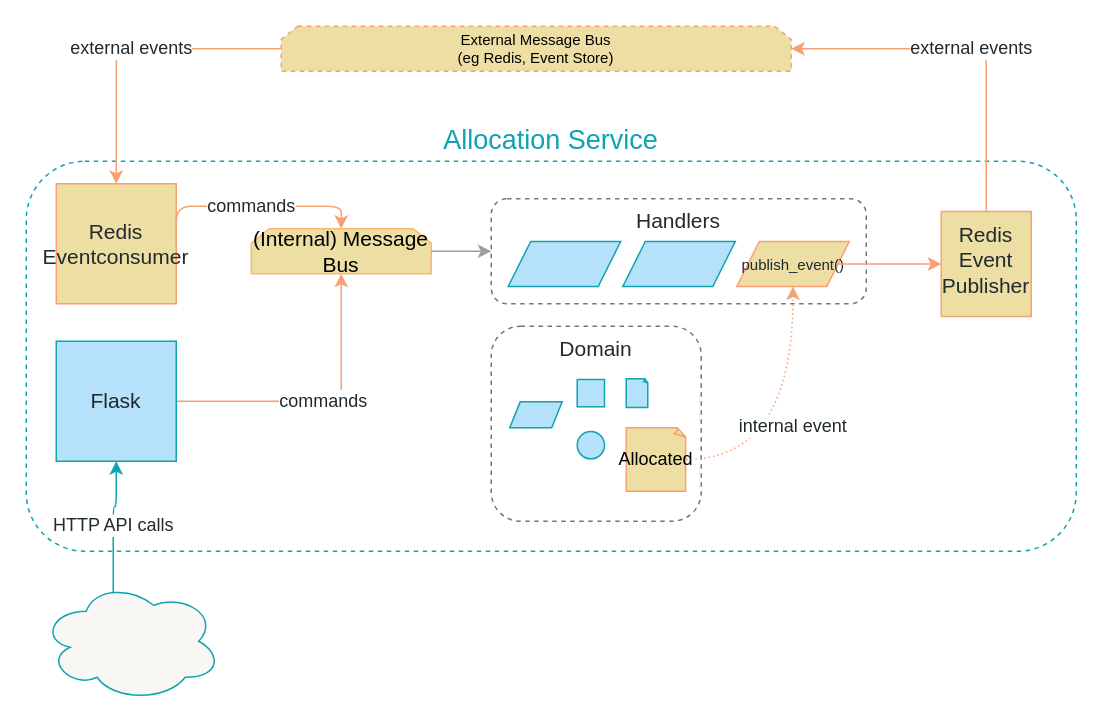
Earlier version of the draw.io diagram page "Chapter 10" (8 of 10) of maps.drawio (cosmicpython/book). Source tidied: cells renumbered, new cells numbered last; positions are measured from the earlier drawing's top-left corner, leaving out a move shared by most shapes. Both pictures are drawn from the tidied source at 150%, with x=0, y=0 at pixel (26, 26).
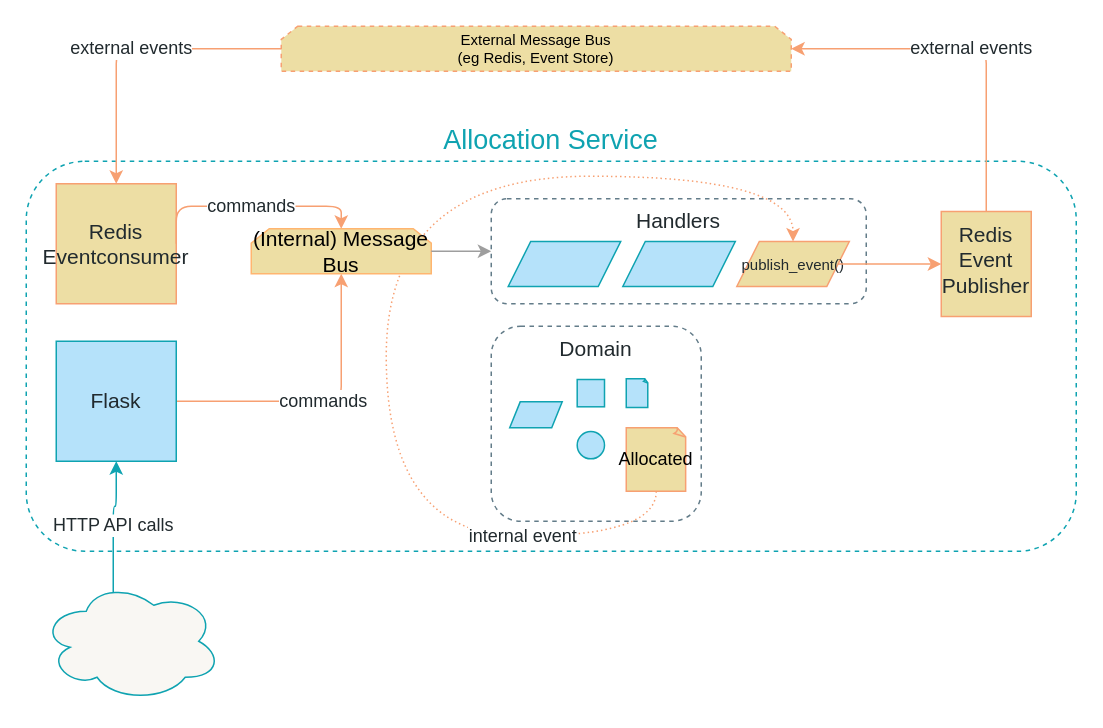
Above is the later version.

Commit message:
tweak arrow in 10

The change refers to these unchanged cells:
```xml
<mxCell id="9" value="publish_event()" style="shape=parallelogram;perimeter=parallelogramPerimeter;whiteSpace=wrap;html=1;fontFamily=Guardian Sans Cond Light;fontSize=10;fontColor=#212A2E;align=center;strokeColor=#F7A072;fillColor=#EDDEA4;" parent="5" vertex="1">
  <mxGeometry x="173.7" y="28.5" width="75" height="30" as="geometry" />
</mxCell>
<mxCell id="16" value="Allocated" style="whiteSpace=wrap;html=1;shape=mxgraph.basic.document;rounded=1;strokeColor=#F7A072;fillColor=#EDDEA4;fontFamily=Guardian Sans Cond Light;fontSize=12;" parent="10" vertex="1">
  <mxGeometry x="90" y="67.6" width="40" height="42.4" as="geometry" />
</mxCell>
```

Diff of the diagram source:
```diff
@@
-    <mxCell id="22" value="&lt;div&gt;internal event&lt;/div&gt;" style="edgeStyle=orthogonalEdgeStyle;jettySize=auto;html=1;strokeColor=#F7A072;fillColor=#B5E2FA;fontFamily=Guardian Sans Cond Light;fontSize=12;fontColor=#212A2E;verticalAlign=middle;entryX=0.5;entryY=1;entryDx=0;entryDy=0;dashed=1;curved=1;dashPattern=1 2;exitX=1;exitY=0.5;exitDx=0;exitDy=0;exitPerimeter=0;" parent="1" edge="1" source="16" target="9">
-      <mxGeometry relative="1" as="geometry">
+    <mxCell id="22" value="&lt;div&gt;internal event&lt;/div&gt;" style="edgeStyle=orthogonalEdgeStyle;jettySize=auto;html=1;strokeColor=#F7A072;fillColor=#B5E2FA;fontFamily=Guardian Sans Cond Light;fontSize=12;fontColor=#212A2E;verticalAlign=middle;entryX=0.5;entryY=0;entryDx=0;entryDy=0;dashed=1;curved=1;dashPattern=1 2;exitX=0.5;exitY=1;exitDx=0;exitDy=0;exitPerimeter=0;" parent="1" edge="1" source="16" target="9">
+      <mxGeometry x="-0.69" relative="1" as="geometry">
         <Array as="points">
-          <mxPoint x="511" y="289" />
+          <mxPoint x="420" y="340" />
+          <mxPoint x="240" y="340" />
+          <mxPoint x="240" y="100" />
+          <mxPoint x="511" y="100" />
         </Array>
       </mxGeometry>
     </mxCell>
```
